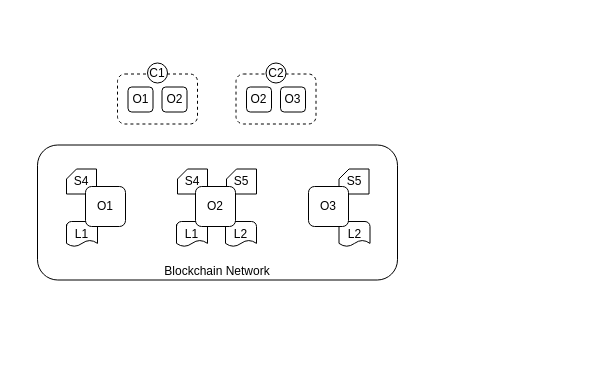
guanpengchn/draw.io keeps this draw.io diagram as page "4.4" (4 of 8) of graduation/第四章.drawio. Above is the earlier version. Source tidied: cells renumbered, new cells numbered last; positions are measured from the earlier drawing's top-left corner, leaving out a move shared by most shapes. Both pictures are drawn from the tidied source at 100%, with x=0, y=0 at pixel (37, 62).
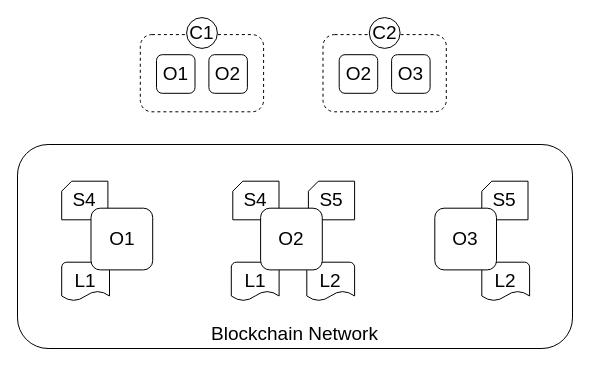
The same diagram, later.

Diff of the diagram source:
```diff
@@
-    <mxCell id="2" value="&lt;div style=&quot;text-align: right&quot;&gt;&lt;span&gt;Blockchain Network&lt;/span&gt;&lt;/div&gt;" style="rounded=1;whiteSpace=wrap;html=1;fillColor=none;align=center;verticalAlign=bottom;labelPosition=center;verticalLabelPosition=middle;" parent="1" vertex="1">
-      <mxGeometry y="82.5" width="360" height="135" as="geometry" />
+    <mxCell id="2" value="&lt;div style=&quot;text-align: right; font-size: 19px;&quot;&gt;&lt;span style=&quot;font-size: 19px;&quot;&gt;Blockchain Network&lt;/span&gt;&lt;/div&gt;" style="rounded=1;whiteSpace=wrap;html=1;fillColor=none;align=center;verticalAlign=bottom;labelPosition=center;verticalLabelPosition=middle;fontSize=19;" parent="1" vertex="1">
+      <mxGeometry x="-20" y="82" width="555" height="204" as="geometry" />
     </mxCell>
-    <mxCell id="3" value="L1" style="strokeWidth=1;html=1;shape=mxgraph.flowchart.document2;whiteSpace=wrap;size=0.25;rounded=1;glass=0;comic=0;fillColor=none;shadow=0;" parent="1" vertex="1">
-      <mxGeometry x="29" y="159" width="31" height="25" as="geometry" />
-    </mxCell>
-    <mxCell id="4" style="rounded=1;whiteSpace=wrap;html=1;dashed=1;" parent="1" vertex="1">
-      <mxGeometry x="80" y="11.5" width="80" height="50" as="geometry" />
-    </mxCell>
-    <mxCell id="5" value="L1" style="strokeWidth=1;html=1;shape=mxgraph.flowchart.document2;whiteSpace=wrap;size=0.25;rounded=1;glass=0;comic=0;fillColor=none;shadow=0;" parent="1" vertex="1">
-      <mxGeometry x="139" y="159" width="31" height="25" as="geometry" />
-    </mxCell>
-    <mxCell id="6" value="L2" style="strokeWidth=1;html=1;shape=mxgraph.flowchart.document2;whiteSpace=wrap;size=0.25;rounded=1;glass=0;comic=0;fillColor=none;shadow=0;" parent="1" vertex="1">
-      <mxGeometry x="188" y="159" width="31" height="25" as="geometry" />
-    </mxCell>
-    <mxCell id="7" value="L2" style="strokeWidth=1;html=1;shape=mxgraph.flowchart.document2;whiteSpace=wrap;size=0.25;rounded=1;glass=0;comic=0;fillColor=none;shadow=0;" parent="1" vertex="1">
-      <mxGeometry x="301.5" y="159" width="31" height="25" as="geometry" />
-    </mxCell>
-    <mxCell id="8" value="S4" style="shape=card;whiteSpace=wrap;html=1;rounded=0;shadow=0;glass=0;comic=0;strokeWidth=1;fillColor=none;size=10;" parent="1" vertex="1">
-      <mxGeometry x="29" y="106.5" width="30" height="25" as="geometry" />
-    </mxCell>
-    <mxCell id="9" value="O1" style="rounded=1;whiteSpace=wrap;html=1;" parent="1" vertex="1">
-      <mxGeometry x="90.5" y="24.5" width="25" height="25" as="geometry" />
-    </mxCell>
-    <mxCell id="10" value="O2&lt;br&gt;" style="rounded=1;whiteSpace=wrap;html=1;" parent="1" vertex="1">
-      <mxGeometry x="124.5" y="24.5" width="25" height="25" as="geometry" />
-    </mxCell>
+    <mxCell id="22" value="L1" style="strokeWidth=1;html=1;shape=mxgraph.flowchart.document2;whiteSpace=wrap;size=0.25;rounded=1;glass=0;comic=0;fillColor=none;shadow=0;fontSize=19;" parent="1" vertex="1">
+      <mxGeometry x="24.2" y="199.7" width="47.8" height="38.6" as="geometry" />
+    </mxCell>
+    <mxCell id="23" style="rounded=1;whiteSpace=wrap;html=1;dashed=1;fontSize=19;" parent="1" vertex="1">
+      <mxGeometry x="102.8" y="-27.9" width="123.3" height="77.2" as="geometry" />
+    </mxCell>
+    <mxCell id="24" value="L1" style="strokeWidth=1;html=1;shape=mxgraph.flowchart.document2;whiteSpace=wrap;size=0.25;rounded=1;glass=0;comic=0;fillColor=none;shadow=0;fontSize=19;" parent="1" vertex="1">
+      <mxGeometry x="193.8" y="199.7" width="47.8" height="38.6" as="geometry" />
+    </mxCell>
+    <mxCell id="25" value="L2" style="strokeWidth=1;html=1;shape=mxgraph.flowchart.document2;whiteSpace=wrap;size=0.25;rounded=1;glass=0;comic=0;fillColor=none;shadow=0;fontSize=19;" parent="1" vertex="1">
+      <mxGeometry x="269.3" y="199.7" width="47.8" height="38.6" as="geometry" />
+    </mxCell>
+    <mxCell id="26" value="L2" style="strokeWidth=1;html=1;shape=mxgraph.flowchart.document2;whiteSpace=wrap;size=0.25;rounded=1;glass=0;comic=0;fillColor=none;shadow=0;fontSize=19;" parent="1" vertex="1">
+      <mxGeometry x="444.3" y="199.7" width="47.8" height="38.6" as="geometry" />
+    </mxCell>
+    <mxCell id="27" value="S4" style="shape=card;whiteSpace=wrap;html=1;rounded=0;shadow=0;glass=0;comic=0;strokeWidth=1;fillColor=none;size=10;fontSize=19;" parent="1" vertex="1">
+      <mxGeometry x="24.2" y="118.7" width="46.2" height="38.6" as="geometry" />
+    </mxCell>
+    <mxCell id="28" value="O1" style="rounded=1;whiteSpace=wrap;html=1;fontSize=19;" parent="1" vertex="1">
+      <mxGeometry x="119" y="-7.8" width="38.5" height="38.6" as="geometry" />
+    </mxCell>
+    <mxCell id="29" value="O2&lt;br style=&quot;font-size: 19px;&quot;&gt;" style="rounded=1;whiteSpace=wrap;html=1;fontSize=19;" parent="1" vertex="1">
+      <mxGeometry x="171.4" y="-7.8" width="38.5" height="38.6" as="geometry" />
+    </mxCell>
-    <mxCell id="11" value="C1" style="ellipse;whiteSpace=wrap;html=1;rounded=0;shadow=0;glass=0;comic=0;strokeWidth=1;fillColor=#ffffff;" parent="1" vertex="1">
-      <mxGeometry x="110" y="0.5" width="20" height="20" as="geometry" />
+    <mxCell id="11" value="C1" style="ellipse;whiteSpace=wrap;html=1;rounded=0;shadow=0;glass=0;comic=0;strokeWidth=1;fillColor=#ffffff;fontSize=19;" parent="1" vertex="1">
+      <mxGeometry x="149.1" y="-44.9" width="30.8" height="30.8" as="geometry" />
     </mxCell>
-    <mxCell id="12" style="rounded=1;whiteSpace=wrap;html=1;dashed=1;" parent="1" vertex="1">
-      <mxGeometry x="198.5" y="11.5" width="80" height="50" as="geometry" />
-    </mxCell>
-    <mxCell id="13" value="O2" style="rounded=1;whiteSpace=wrap;html=1;" parent="1" vertex="1">
-      <mxGeometry x="209" y="24.5" width="25" height="25" as="geometry" />
-    </mxCell>
-    <mxCell id="14" value="O3&lt;br&gt;" style="rounded=1;whiteSpace=wrap;html=1;" parent="1" vertex="1">
-      <mxGeometry x="243" y="24.5" width="25" height="25" as="geometry" />
-    </mxCell>
+    <mxCell id="30" style="rounded=1;whiteSpace=wrap;html=1;dashed=1;fontSize=19;" parent="1" vertex="1">
+      <mxGeometry x="285.5" y="-27.9" width="123.3" height="77.2" as="geometry" />
+    </mxCell>
+    <mxCell id="31" value="O2" style="rounded=1;whiteSpace=wrap;html=1;fontSize=19;" parent="1" vertex="1">
+      <mxGeometry x="301.7" y="-7.8" width="38.5" height="38.6" as="geometry" />
+    </mxCell>
+    <mxCell id="32" value="O3&lt;br style=&quot;font-size: 19px;&quot;&gt;" style="rounded=1;whiteSpace=wrap;html=1;fontSize=19;" parent="1" vertex="1">
+      <mxGeometry x="354.1" y="-7.8" width="38.5" height="38.6" as="geometry" />
+    </mxCell>
-    <mxCell id="15" value="C2" style="ellipse;whiteSpace=wrap;html=1;rounded=0;shadow=0;glass=0;comic=0;strokeWidth=1;fillColor=#ffffff;" parent="1" vertex="1">
-      <mxGeometry x="228.5" y="0.5" width="20" height="20" as="geometry" />
+    <mxCell id="15" value="C2" style="ellipse;whiteSpace=wrap;html=1;rounded=0;shadow=0;glass=0;comic=0;strokeWidth=1;fillColor=#ffffff;fontSize=19;" parent="1" vertex="1">
+      <mxGeometry x="331.8" y="-44.9" width="30.8" height="30.8" as="geometry" />
     </mxCell>
-    <mxCell id="16" value="S5" style="shape=card;whiteSpace=wrap;html=1;rounded=0;shadow=0;glass=0;comic=0;strokeWidth=1;fillColor=none;size=10;" parent="1" vertex="1">
-      <mxGeometry x="189" y="106.5" width="30" height="25" as="geometry" />
-    </mxCell>
-    <mxCell id="17" value="O1" style="rounded=1;whiteSpace=wrap;html=1;" parent="1" vertex="1">
-      <mxGeometry x="48" y="124" width="40" height="40" as="geometry" />
-    </mxCell>
-    <mxCell id="18" value="S4" style="shape=card;whiteSpace=wrap;html=1;rounded=0;shadow=0;glass=0;comic=0;strokeWidth=1;fillColor=none;size=10;" parent="1" vertex="1">
-      <mxGeometry x="140" y="106.5" width="30" height="25" as="geometry" />
-    </mxCell>
-    <mxCell id="19" value="S5" style="shape=card;whiteSpace=wrap;html=1;rounded=0;shadow=0;glass=0;comic=0;strokeWidth=1;fillColor=none;size=10;" parent="1" vertex="1">
-      <mxGeometry x="301.5" y="106.5" width="30" height="25" as="geometry" />
-    </mxCell>
-    <mxCell id="20" value="O3" style="rounded=1;whiteSpace=wrap;html=1;glass=0;comic=0;" parent="1" vertex="1">
-      <mxGeometry x="271" y="124" width="40" height="40" as="geometry" />
-    </mxCell>
-    <mxCell id="21" value="O2&lt;br&gt;" style="rounded=1;whiteSpace=wrap;html=1;" parent="1" vertex="1">
-      <mxGeometry x="158" y="124" width="40" height="40" as="geometry" />
-    </mxCell>
+    <mxCell id="33" value="S5" style="shape=card;whiteSpace=wrap;html=1;rounded=0;shadow=0;glass=0;comic=0;strokeWidth=1;fillColor=none;size=10;fontSize=19;" parent="1" vertex="1">
+      <mxGeometry x="270.9" y="118.7" width="46.2" height="38.6" as="geometry" />
+    </mxCell>
+    <mxCell id="34" value="O1" style="rounded=1;whiteSpace=wrap;html=1;fontSize=19;" parent="1" vertex="1">
+      <mxGeometry x="53.5" y="145.7" width="61.7" height="61.7" as="geometry" />
+    </mxCell>
+    <mxCell id="35" value="S4" style="shape=card;whiteSpace=wrap;html=1;rounded=0;shadow=0;glass=0;comic=0;strokeWidth=1;fillColor=none;size=10;fontSize=19;" parent="1" vertex="1">
+      <mxGeometry x="195.3" y="118.7" width="46.2" height="38.6" as="geometry" />
+    </mxCell>
+    <mxCell id="36" value="S5" style="shape=card;whiteSpace=wrap;html=1;rounded=0;shadow=0;glass=0;comic=0;strokeWidth=1;fillColor=none;size=10;fontSize=19;" parent="1" vertex="1">
+      <mxGeometry x="444.3" y="118.7" width="46.2" height="38.6" as="geometry" />
+    </mxCell>
+    <mxCell id="37" value="O3" style="rounded=1;whiteSpace=wrap;html=1;glass=0;comic=0;fontSize=19;" parent="1" vertex="1">
+      <mxGeometry x="397.3" y="145.7" width="61.7" height="61.7" as="geometry" />
+    </mxCell>
+    <mxCell id="38" value="O2&lt;br style=&quot;font-size: 19px;&quot;&gt;" style="rounded=1;whiteSpace=wrap;html=1;fontSize=19;" parent="1" vertex="1">
+      <mxGeometry x="223.1" y="145.7" width="61.7" height="61.7" as="geometry" />
+    </mxCell>
```
